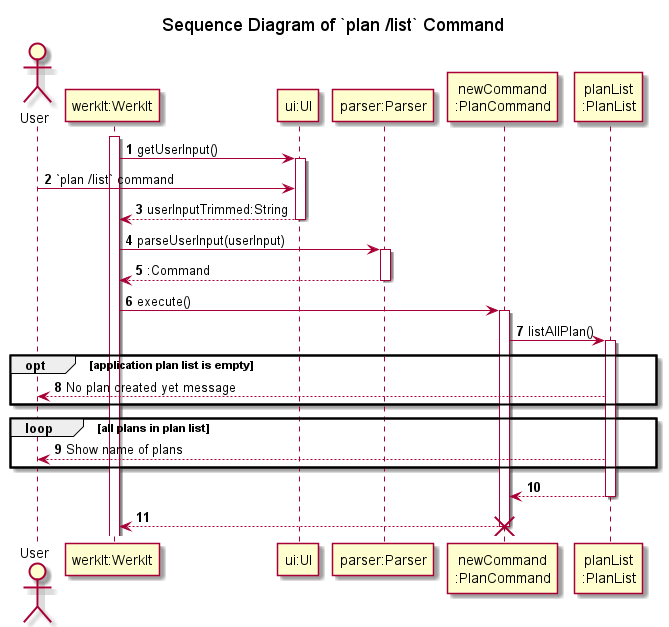
The PlantUML diagram docs/uml/sequenceDiagrams/plans/images/listPlan.png in nus-cs2113-AY2122S2/tp, before a commit.
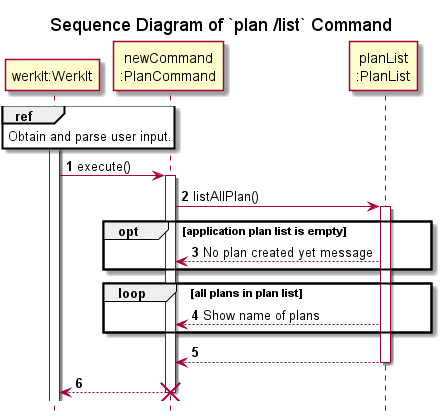
Above is the later version.

Change to the diagram source:
```diff
@@ -1,38 +1,29 @@
 @startuml
-!include ../Style.puml
+!include ../../Style.puml
 
 autonumber
 
 title Sequence Diagram of `plan /list` Command
+hide footbox
 
-actor   User
 participant "werkIt:WerkIt" AS WerkIt
-participant "ui:UI" AS UI1
-participant "parser:Parser" AS Parser
 participant "newCommand\n:PlanCommand" AS newCommand
 participant "planList\n:PlanList" AS PlanList
 
 activate WerkIt
-WerkIt -> UI1 : getUserInput()
-activate UI1
-User -> UI1 : `plan /list` command
-WerkIt <-- UI1 : userInputTrimmed:String
-deactivate UI1
-
-WerkIt -> Parser : parseUserInput(userInput)
-activate Parser
-WerkIt <-- Parser : :Command
-deactivate Parser
+ref over WerkIt
+Obtain and parse user input.
+end
 
 WerkIt -> newCommand : execute()
 activate newCommand
 newCommand -> PlanList : listAllPlan()
 activate PlanList
 opt application plan list is empty
-User <-- PlanList : No plan created yet message
+newCommand <-- PlanList : No plan created yet message
 end
 loop all plans in plan list
-User <-- PlanList : Show name of plans
+newCommand <-- PlanList : Show name of plans
 end
 newCommand <-- PlanList
 deactivate PlanList
```
